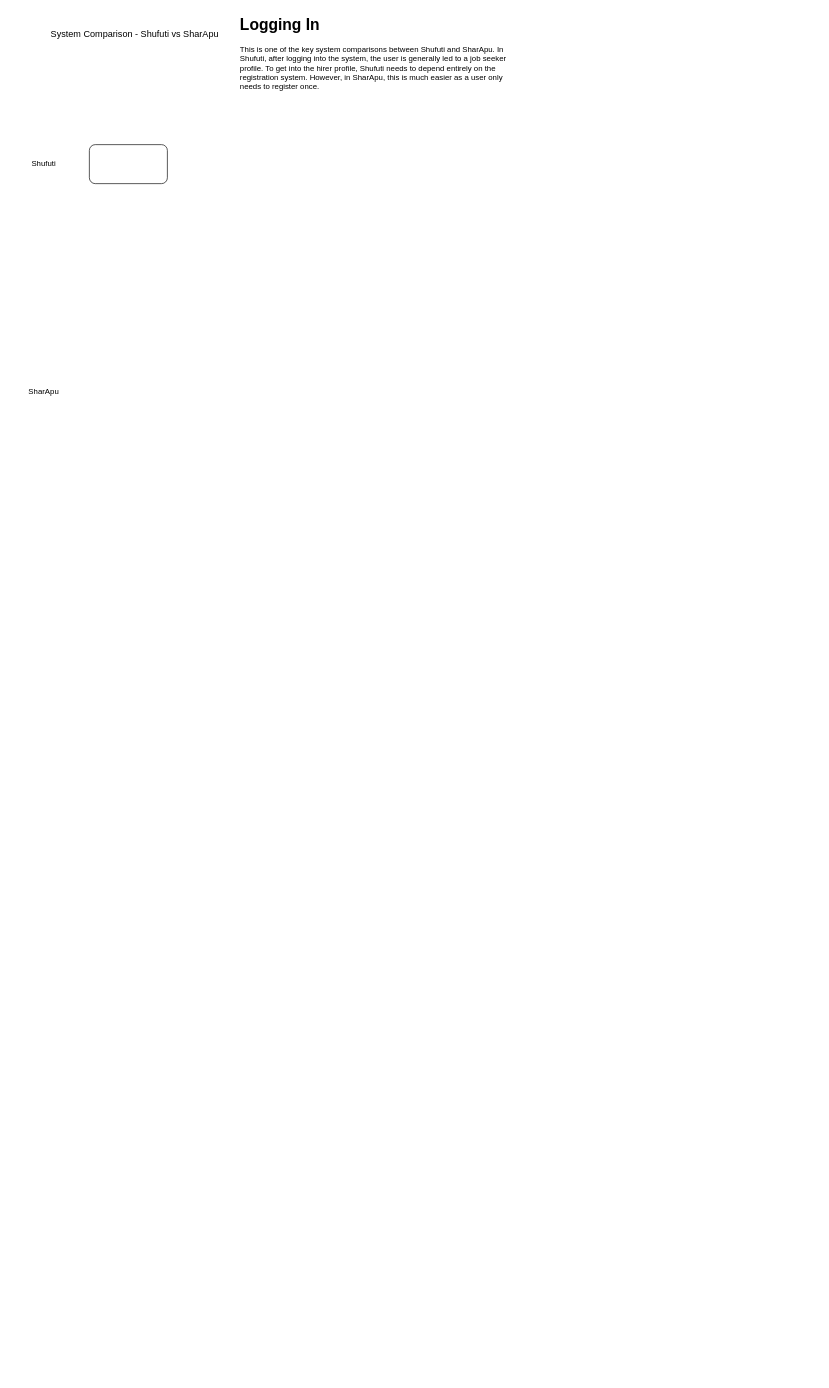
Earlier version of the draw.io diagram System Comparison - Shufuti vs SharApu/LogginInAsAJobSeeker.drawio (SumaiyaTarannumNoor/SharApu-Job-Portal). Source tidied: cells renumbered, new cells numbered last; positions are measured from the earlier drawing's top-left corner, leaving out a move shared by most shapes. Both pictures are drawn from the tidied source at 65%, with x=0, y=0 at pixel (11, 11).
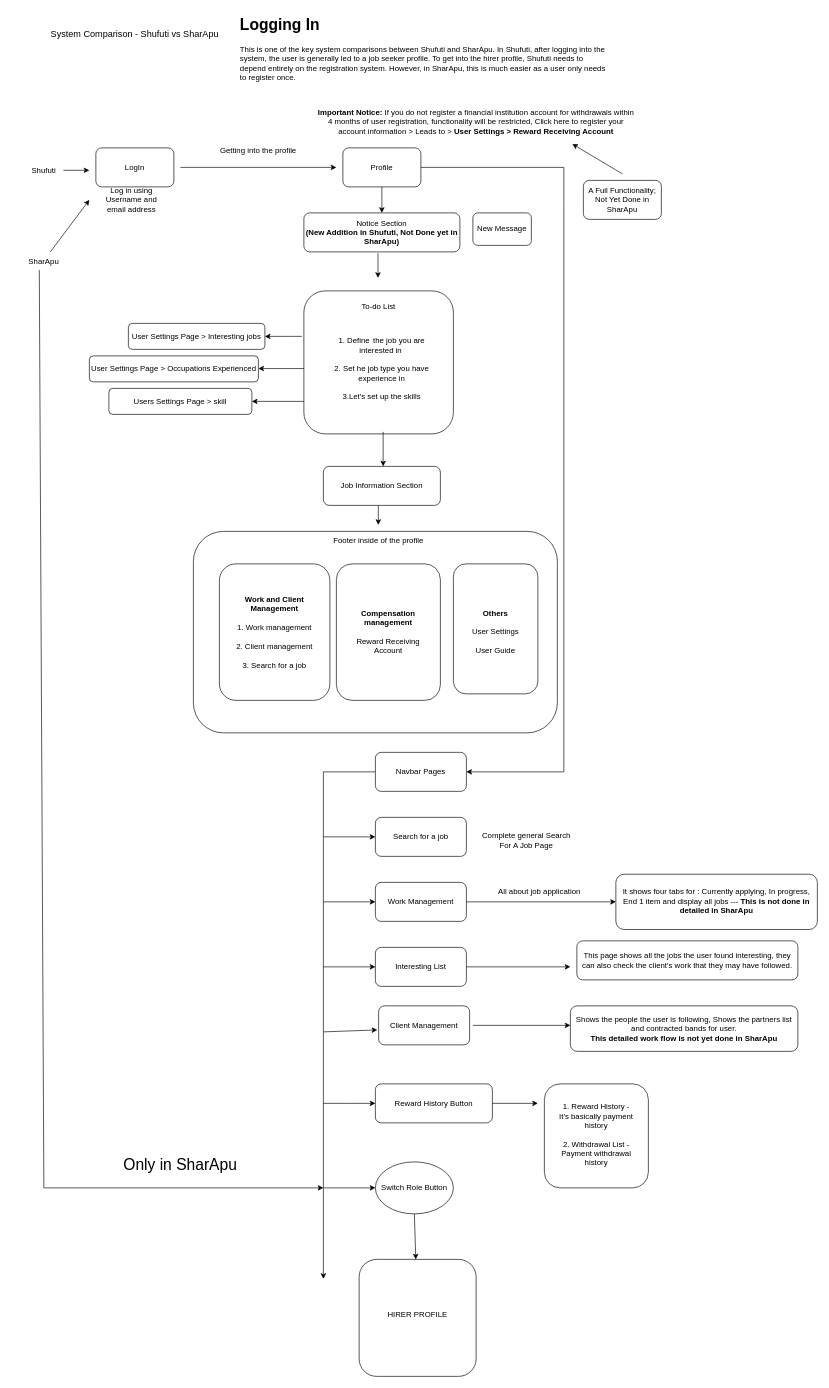
The same page after the edit.

The edit, as a diff of the source:
```diff
@@
     <mxCell id="3" value="&lt;h1 style=&quot;margin-top: 0px;&quot;&gt;Logging In&lt;/h1&gt;&lt;p&gt;This is one of the key system comparisons between Shufuti and SharApu. In Shufuti, after logging into the system, the user is generally led to a job seeker profile. To get into the hirer profile, Shufuti needs to depend entirely on the registration system. However, in SharApu, this is much easier as a user only needs to register once.&amp;nbsp;&lt;/p&gt;" style="text;html=1;whiteSpace=wrap;overflow=hidden;rounded=0;" parent="1" vertex="1">
-      <mxGeometry x="350" width="440" height="150" as="geometry" />
+      <mxGeometry x="350" width="570" height="150" as="geometry" />
     </mxCell>
     <mxCell id="4" value="Shufuti" style="text;html=1;align=center;verticalAlign=middle;whiteSpace=wrap;rounded=0;" parent="1" vertex="1">
-      <mxGeometry x="20" y="220" width="60" height="30" as="geometry" />
+      <mxGeometry x="20" y="230" width="60" height="30" as="geometry" />
     </mxCell>
+    <mxCell id="6" value="LogIn" style="rounded=1;whiteSpace=wrap;html=1;" parent="1" vertex="1">
+      <mxGeometry x="130" y="210" width="120" height="60" as="geometry" />
+    </mxCell>
+    <mxCell id="7" style="endArrow=classic;html=1;rounded=0;" parent="1" edge="1">
+      <mxGeometry relative="1" as="geometry">
+        <mxPoint x="80" y="244.5" as="sourcePoint" />
+        <mxPoint x="120" y="244.5" as="targetPoint" />
+      </mxGeometry>
+    </mxCell>
+    <mxCell id="8" value="Log in using Username and email address" style="text;html=1;align=center;verticalAlign=middle;whiteSpace=wrap;rounded=0;" parent="1" vertex="1">
+      <mxGeometry x="130" y="270" width="110" height="40" as="geometry" />
+    </mxCell>
+    <mxCell id="9" style="endArrow=classic;html=1;rounded=0;" parent="1" edge="1">
+      <mxGeometry relative="1" as="geometry">
+        <mxPoint x="260" y="240" as="sourcePoint" />
+        <mxPoint x="500" y="240" as="targetPoint" />
+      </mxGeometry>
+    </mxCell>
+    <mxCell id="10" value="Getting into the profile" style="text;html=1;align=center;verticalAlign=middle;whiteSpace=wrap;rounded=0;" parent="1" vertex="1">
+      <mxGeometry x="290" y="200" width="180" height="30" as="geometry" />
+    </mxCell>
+    <mxCell id="11" value="Profile" style="rounded=1;whiteSpace=wrap;html=1;" parent="1" vertex="1">
+      <mxGeometry x="510" y="210" width="120" height="60" as="geometry" />
+    </mxCell>
+    <mxCell id="12" style="endArrow=classic;html=1;rounded=0;exitX=0.5;exitY=1;exitDx=0;exitDy=0;" parent="1" edge="1" source="11">
+      <mxGeometry relative="1" as="geometry">
+        <mxPoint x="570" y="310" as="targetPoint" />
+      </mxGeometry>
+    </mxCell>
+    <mxCell id="13" value="Notice Section&lt;div&gt;&lt;b&gt;(New Addition in Shufuti, Not Done yet in SharApu)&lt;/b&gt;&lt;/div&gt;" style="rounded=1;whiteSpace=wrap;html=1;" parent="1" vertex="1">
+      <mxGeometry x="450" y="310" width="240" height="60" as="geometry" />
+    </mxCell>
+    <mxCell id="14" style="endArrow=classic;html=1;rounded=0;exitX=0.475;exitY=1.033;exitDx=0;exitDy=0;exitPerimeter=0;" parent="1" edge="1" source="13">
+      <mxGeometry relative="1" as="geometry">
+        <mxPoint x="564" y="410" as="targetPoint" />
+      </mxGeometry>
+    </mxCell>
+    <mxCell id="15" style="rounded=1;whiteSpace=wrap;html=1;" parent="1" vertex="1">
+      <mxGeometry x="450" y="430" width="230" height="220" as="geometry" />
+    </mxCell>
+    <mxCell id="16" value="To-do List" style="text;html=1;align=center;verticalAlign=middle;whiteSpace=wrap;rounded=0;" parent="1" vertex="1">
+      <mxGeometry x="505" y="440" width="120" height="30" as="geometry" />
+    </mxCell>
+    <mxCell id="17" value="1. Define&amp;nbsp;&lt;span style=&quot;white-space: pre;&quot;&gt;&#9;&lt;/span&gt;the job you are interested in&amp;nbsp;&lt;div&gt;&lt;br&gt;&lt;div&gt;2. Set he job type you have experience in&lt;/div&gt;&lt;div&gt;&lt;br&gt;&lt;/div&gt;&lt;div&gt;3.Let's set up the skills&lt;/div&gt;&lt;/div&gt;" style="text;html=1;align=center;verticalAlign=middle;whiteSpace=wrap;rounded=0;" parent="1" vertex="1">
+      <mxGeometry x="490" y="470" width="160" height="160" as="geometry" />
+    </mxCell>
+    <mxCell id="18" value="New Message" style="rounded=1;whiteSpace=wrap;html=1;" parent="1" vertex="1">
+      <mxGeometry x="710" y="310" width="90" height="50" as="geometry" />
+    </mxCell>
+    <mxCell id="19" style="endArrow=classic;html=1;rounded=0;exitX=-0.013;exitY=0.318;exitDx=0;exitDy=0;exitPerimeter=0;" parent="1" edge="1" source="15">
+      <mxGeometry relative="1" as="geometry">
+        <mxPoint x="390" y="500" as="targetPoint" />
+      </mxGeometry>
+    </mxCell>
+    <mxCell id="20" value="User Settings Page &amp;gt; Interesting jobs" style="rounded=1;whiteSpace=wrap;html=1;" parent="1" vertex="1">
+      <mxGeometry x="180" y="480" width="210" height="40" as="geometry" />
+    </mxCell>
+    <mxCell id="21" style="endArrow=classic;html=1;rounded=0;" parent="1" edge="1">
+      <mxGeometry relative="1" as="geometry">
+        <mxPoint x="450" y="549.5" as="sourcePoint" />
+        <mxPoint x="380" y="549.5" as="targetPoint" />
+      </mxGeometry>
+    </mxCell>
+    <mxCell id="22" value="User Settings Page &amp;gt; Occupations Experienced" style="rounded=1;whiteSpace=wrap;html=1;" parent="1" vertex="1">
+      <mxGeometry x="120" y="530" width="260" height="40" as="geometry" />
+    </mxCell>
+    <mxCell id="23" style="endArrow=classic;html=1;rounded=0;" parent="1" edge="1">
+      <mxGeometry relative="1" as="geometry">
+        <mxPoint x="450" y="600" as="sourcePoint" />
+        <mxPoint x="370" y="600" as="targetPoint" />
+      </mxGeometry>
+    </mxCell>
+    <mxCell id="24" value="Users Settings Page &amp;gt; skill" style="rounded=1;whiteSpace=wrap;html=1;" parent="1" vertex="1">
+      <mxGeometry x="150" y="580" width="220" height="40" as="geometry" />
+    </mxCell>
+    <mxCell id="25" style="endArrow=classic;html=1;rounded=0;exitX=0.53;exitY=0.986;exitDx=0;exitDy=0;exitPerimeter=0;" parent="1" edge="1" source="15">
+      <mxGeometry relative="1" as="geometry">
+        <mxPoint x="572" y="700" as="targetPoint" />
+      </mxGeometry>
+    </mxCell>
+    <mxCell id="26" value="Job Information Section" style="rounded=1;whiteSpace=wrap;html=1;" parent="1" vertex="1">
+      <mxGeometry x="480" y="700" width="180" height="60" as="geometry" />
+    </mxCell>
+    <mxCell id="27" style="rounded=1;whiteSpace=wrap;html=1;" parent="1" vertex="1">
+      <mxGeometry x="280" y="800" width="560" height="310" as="geometry" />
+    </mxCell>
+    <mxCell id="28" style="endArrow=classic;html=1;rounded=0;" parent="1" edge="1">
+      <mxGeometry relative="1" as="geometry">
+        <mxPoint x="564.5" y="760" as="sourcePoint" />
+        <mxPoint x="564.5" y="790" as="targetPoint" />
+      </mxGeometry>
+    </mxCell>
+    <mxCell id="29" value="Footer inside of the profile" style="text;html=1;align=center;verticalAlign=middle;whiteSpace=wrap;rounded=0;" parent="1" vertex="1">
+      <mxGeometry x="470" y="800" width="190" height="30" as="geometry" />
+    </mxCell>
+    <mxCell id="30" style="rounded=1;whiteSpace=wrap;html=1;" parent="1" vertex="1">
+      <mxGeometry x="320" y="850" width="170" height="210" as="geometry" />
+    </mxCell>
+    <mxCell id="31" value="&lt;b&gt;Work and Client Management&lt;/b&gt;&lt;div&gt;&lt;br&gt;&lt;/div&gt;&lt;div&gt;1. Work management&lt;/div&gt;&lt;div&gt;&lt;br&gt;&lt;/div&gt;&lt;div&gt;2. Client management&lt;/div&gt;&lt;div&gt;&lt;br&gt;&lt;/div&gt;&lt;div&gt;3. Search for a job&lt;/div&gt;" style="text;html=1;align=center;verticalAlign=middle;whiteSpace=wrap;rounded=0;" parent="1" vertex="1">
+      <mxGeometry x="330" y="870" width="150" height="170" as="geometry" />
+    </mxCell>
+    <mxCell id="32" style="rounded=1;whiteSpace=wrap;html=1;" parent="1" vertex="1">
+      <mxGeometry x="500" y="850" width="160" height="210" as="geometry" />
+    </mxCell>
+    <mxCell id="33" value="&lt;b&gt;Compensation management&lt;/b&gt;&lt;div&gt;&lt;br&gt;&lt;/div&gt;&lt;div&gt;Reward Receiving Account&lt;/div&gt;" style="text;html=1;align=center;verticalAlign=middle;whiteSpace=wrap;rounded=0;" parent="1" vertex="1">
+      <mxGeometry x="530" y="890" width="100" height="130" as="geometry" />
+    </mxCell>
+    <mxCell id="34" style="rounded=1;whiteSpace=wrap;html=1;" parent="1" vertex="1">
+      <mxGeometry x="680" y="850" width="130" height="200" as="geometry" />
+    </mxCell>
+    <mxCell id="35" value="&lt;b&gt;Others&lt;/b&gt;&lt;div&gt;&lt;b&gt;&lt;br&gt;&lt;/b&gt;&lt;/div&gt;&lt;div&gt;User Settings&lt;/div&gt;&lt;div&gt;&lt;br&gt;&lt;/div&gt;&lt;div&gt;User Guide&lt;/div&gt;" style="text;html=1;align=center;verticalAlign=middle;whiteSpace=wrap;rounded=0;" parent="1" vertex="1">
+      <mxGeometry x="690" y="870" width="110" height="170" as="geometry" />
+    </mxCell>
+    <mxCell id="36" style="endArrow=classic;html=1;rounded=0;" parent="1" edge="1">
+      <mxGeometry relative="1" as="geometry">
+        <mxPoint x="630" y="240" as="sourcePoint" />
+        <mxPoint x="700" y="1170" as="targetPoint" />
+        <Array as="points">
+          <mxPoint x="850" y="240" />
+          <mxPoint x="850" y="300" />
+          <mxPoint x="850" y="1170" />
+        </Array>
+      </mxGeometry>
+    </mxCell>
+    <mxCell id="37" value="Navbar Pages" style="rounded=1;whiteSpace=wrap;html=1;" parent="1" vertex="1">
+      <mxGeometry x="560" y="1140" width="140" height="60" as="geometry" />
+    </mxCell>
+    <mxCell id="38" style="endArrow=classic;html=1;rounded=0;" parent="1" edge="1">
+      <mxGeometry relative="1" as="geometry">
+        <mxPoint x="560" y="1170" as="sourcePoint" />
+        <mxPoint x="480" y="1950" as="targetPoint" />
+        <Array as="points">
+          <mxPoint x="480" y="1170" />
+        </Array>
+      </mxGeometry>
+    </mxCell>
+    <mxCell id="39" value="Search for a job" style="rounded=1;whiteSpace=wrap;html=1;" parent="1" vertex="1">
+      <mxGeometry x="560" y="1240" width="140" height="60" as="geometry" />
+    </mxCell>
+    <mxCell id="40" style="endArrow=classic;html=1;rounded=0;" parent="1" edge="1">
+      <mxGeometry relative="1" as="geometry">
+        <mxPoint x="480" y="1270" as="sourcePoint" />
+        <mxPoint x="560" y="1270" as="targetPoint" />
+      </mxGeometry>
+    </mxCell>
+    <mxCell id="41" value="Work Management" style="rounded=1;whiteSpace=wrap;html=1;" parent="1" vertex="1">
+      <mxGeometry x="560" y="1340" width="140" height="60" as="geometry" />
+    </mxCell>
+    <mxCell id="42" value="Interesting List" style="rounded=1;whiteSpace=wrap;html=1;" parent="1" vertex="1">
+      <mxGeometry x="560" y="1440" width="140" height="60" as="geometry" />
+    </mxCell>
+    <mxCell id="43" value="Client Management" style="rounded=1;whiteSpace=wrap;html=1;" parent="1" vertex="1">
+      <mxGeometry x="565" y="1530" width="140" height="60" as="geometry" />
+    </mxCell>
+    <mxCell id="44" style="endArrow=classic;html=1;rounded=0;" parent="1" edge="1">
+      <mxGeometry relative="1" as="geometry">
+        <mxPoint x="480" y="1370" as="sourcePoint" />
+        <mxPoint x="560" y="1370" as="targetPoint" />
+      </mxGeometry>
+    </mxCell>
+    <mxCell id="45" style="endArrow=classic;html=1;rounded=0;entryX=0;entryY=0.5;entryDx=0;entryDy=0;" parent="1" edge="1" target="42">
+      <mxGeometry relative="1" as="geometry">
+        <mxPoint x="480" y="1470" as="sourcePoint" />
+      </mxGeometry>
+    </mxCell>
+    <mxCell id="46" style="endArrow=classic;html=1;rounded=0;entryX=-0.014;entryY=0.617;entryDx=0;entryDy=0;entryPerimeter=0;" parent="1" edge="1" target="43">
+      <mxGeometry relative="1" as="geometry">
+        <mxPoint x="480" y="1570" as="sourcePoint" />
+      </mxGeometry>
+    </mxCell>
+    <mxCell id="47" value="&lt;b&gt;Important Notice:&lt;/b&gt; If you do not register a financial institution account for withdrawals within 4 months of user registration, functionality will be restricted, Click here to register your account information &amp;gt; Leads to &amp;gt;&lt;b&gt; User Settings &amp;gt; Reward Receiving Account&lt;/b&gt;" style="text;html=1;align=center;verticalAlign=middle;whiteSpace=wrap;rounded=0;" parent="1" vertex="1">
+      <mxGeometry x="470" y="140" width="490" height="60" as="geometry" />
+    </mxCell>
+    <mxCell id="48" style="endArrow=classic;html=1;rounded=0;" parent="1" edge="1">
+      <mxGeometry relative="1" as="geometry">
+        <mxPoint x="480" y="1680" as="sourcePoint" />
+        <mxPoint x="560" y="1680" as="targetPoint" />
+        <Array as="points">
+          <mxPoint x="520" y="1680" />
+        </Array>
+      </mxGeometry>
+    </mxCell>
+    <mxCell id="49" value="Reward History Button" style="rounded=1;whiteSpace=wrap;html=1;" parent="1" vertex="1">
+      <mxGeometry x="560" y="1650" width="180" height="60" as="geometry" />
+    </mxCell>
+    <mxCell id="50" value="A Full Functionality; Not Yet Done in SharApu" style="rounded=1;whiteSpace=wrap;html=1;" parent="1" vertex="1">
+      <mxGeometry x="880" y="260" width="120" height="60" as="geometry" />
+    </mxCell>
+    <mxCell id="51" style="endArrow=classic;html=1;rounded=0;entryX=0.802;entryY=1.067;entryDx=0;entryDy=0;entryPerimeter=0;" parent="1" edge="1" target="47">
+      <mxGeometry relative="1" as="geometry">
+        <mxPoint x="940" y="250" as="sourcePoint" />
+      </mxGeometry>
+    </mxCell>
+    <mxCell id="52" style="endArrow=classic;html=1;rounded=0;" parent="1" edge="1">
+      <mxGeometry relative="1" as="geometry">
+        <mxPoint x="740" y="1680" as="sourcePoint" />
+        <mxPoint x="810" y="1680" as="targetPoint" />
+      </mxGeometry>
+    </mxCell>
+    <mxCell id="53" style="rounded=1;whiteSpace=wrap;html=1;" parent="1" vertex="1">
+      <mxGeometry x="820" y="1650" width="160" height="160" as="geometry" />
+    </mxCell>
+    <mxCell id="54" value="1. Reward History - It's basically payment history&lt;div&gt;&lt;br&gt;&lt;/div&gt;&lt;div&gt;2. Withdrawal List - Payment withdrawal history&lt;/div&gt;" style="text;html=1;align=center;verticalAlign=middle;whiteSpace=wrap;rounded=0;" parent="1" vertex="1">
+      <mxGeometry x="840" y="1665" width="120" height="125" as="geometry" />
+    </mxCell>
+    <mxCell id="55" value="Complete general Search For A Job Page" style="text;html=1;align=center;verticalAlign=middle;whiteSpace=wrap;rounded=0;" parent="1" vertex="1">
+      <mxGeometry x="715" y="1240" width="155" height="70" as="geometry" />
+    </mxCell>
+    <mxCell id="56" style="endArrow=classic;html=1;rounded=0;" parent="1" edge="1">
+      <mxGeometry relative="1" as="geometry">
+        <mxPoint x="700" y="1370" as="sourcePoint" />
+        <mxPoint x="930" y="1370" as="targetPoint" />
+      </mxGeometry>
+    </mxCell>
+    <mxCell id="57" value="All about job application" style="text;html=1;align=center;verticalAlign=middle;whiteSpace=wrap;rounded=0;" parent="1" vertex="1">
+      <mxGeometry x="715" y="1340" width="195" height="30" as="geometry" />
+    </mxCell>
+    <mxCell id="58" style="rounded=1;whiteSpace=wrap;html=1;" parent="1" vertex="1">
+      <mxGeometry x="930" y="1327.5" width="310" height="85" as="geometry" />
+    </mxCell>
+    <mxCell id="59" value="It shows four tabs for : Currently applying, In progress, End 1 item and display all jobs ---&lt;b&gt; This is not done in detailed in SharApu&lt;/b&gt;" style="text;html=1;align=center;verticalAlign=middle;whiteSpace=wrap;rounded=0;" parent="1" vertex="1">
+      <mxGeometry x="930" y="1328" width="310" height="82" as="geometry" />
+    </mxCell>
+    <mxCell id="60" style="endArrow=classic;html=1;rounded=0;" parent="1" edge="1">
+      <mxGeometry relative="1" as="geometry">
+        <mxPoint x="700" y="1470" as="sourcePoint" />
+        <mxPoint x="860" y="1470" as="targetPoint" />
+      </mxGeometry>
+    </mxCell>
+    <mxCell id="61" style="rounded=1;whiteSpace=wrap;html=1;" parent="1" vertex="1">
+      <mxGeometry x="870" y="1430" width="340" height="60" as="geometry" />
+    </mxCell>
+    <mxCell id="62" value="This page shows all the jobs the user found interesting, they can also check the client's work that they may have followed." style="text;html=1;align=center;verticalAlign=middle;whiteSpace=wrap;rounded=0;" parent="1" vertex="1">
+      <mxGeometry x="875" y="1430" width="330" height="60" as="geometry" />
+    </mxCell>
+    <mxCell id="63" style="endArrow=classic;html=1;rounded=0;" parent="1" edge="1">
+      <mxGeometry relative="1" as="geometry">
+        <mxPoint x="710" y="1560" as="sourcePoint" />
+        <mxPoint x="860" y="1560" as="targetPoint" />
+      </mxGeometry>
+    </mxCell>
+    <mxCell id="64" style="rounded=1;whiteSpace=wrap;html=1;" parent="1" vertex="1">
+      <mxGeometry x="860" y="1530" width="350" height="70" as="geometry" />
+    </mxCell>
+    <mxCell id="65" value="Shows the people the user is following, Shows the partners list and contracted bands for user.&lt;div&gt;&lt;b&gt;This detailed work flow is not yet done in SharApu&lt;/b&gt;&lt;/div&gt;" style="text;html=1;align=center;verticalAlign=middle;whiteSpace=wrap;rounded=0;" parent="1" vertex="1">
+      <mxGeometry x="860" y="1530" width="350" height="70" as="geometry" />
+    </mxCell>
     <mxCell id="5" value="SharApu" style="text;html=1;align=center;verticalAlign=middle;whiteSpace=wrap;rounded=0;" parent="1" vertex="1">
-      <mxGeometry x="20" y="570" width="60" height="30" as="geometry" />
+      <mxGeometry x="20" y="370" width="60" height="30" as="geometry" />
     </mxCell>
-    <mxCell id="6" style="rounded=1;whiteSpace=wrap;html=1;" parent="1" vertex="1">
-      <mxGeometry x="120" y="205" width="120" height="60" as="geometry" />
-    </mxCell>
+    <mxCell id="66" style="endArrow=classic;html=1;rounded=0;" parent="1" edge="1">
+      <mxGeometry relative="1" as="geometry">
+        <mxPoint x="60" y="370" as="sourcePoint" />
+        <mxPoint x="120" y="290" as="targetPoint" />
+      </mxGeometry>
+    </mxCell>
+    <mxCell id="67" value="Switch Role Button" style="ellipse;whiteSpace=wrap;html=1;" parent="1" vertex="1">
+      <mxGeometry x="560" y="1770" width="120" height="80" as="geometry" />
+    </mxCell>
+    <mxCell id="68" style="endArrow=classic;html=1;rounded=0;entryX=0;entryY=0.5;entryDx=0;entryDy=0;" parent="1" edge="1" target="67">
+      <mxGeometry relative="1" as="geometry">
+        <mxPoint x="480" y="1810" as="sourcePoint" />
+      </mxGeometry>
+    </mxCell>
+    <mxCell id="69" style="endArrow=classic;html=1;rounded=0;exitX=0.383;exitY=0.933;exitDx=0;exitDy=0;exitPerimeter=0;" parent="1" edge="1" source="5">
+      <mxGeometry relative="1" as="geometry">
+        <mxPoint x="480" y="1810" as="targetPoint" />
+        <Array as="points">
+          <mxPoint x="50" y="1810" />
+        </Array>
+      </mxGeometry>
+    </mxCell>
+    <mxCell id="70" value="&lt;font style=&quot;font-size: 24px;&quot;&gt;Only in SharApu&lt;/font&gt;" style="text;html=1;align=center;verticalAlign=middle;whiteSpace=wrap;rounded=0;" parent="1" vertex="1">
+      <mxGeometry x="110" y="1760" width="300" height="30" as="geometry" />
+    </mxCell>
+    <mxCell id="71" style="rounded=1;whiteSpace=wrap;html=1;" parent="1" vertex="1">
+      <mxGeometry x="535" y="1920" width="180" height="180" as="geometry" />
+    </mxCell>
+    <mxCell id="72" style="endArrow=classic;html=1;rounded=0;" parent="1" edge="1" target="71">
+      <mxGeometry relative="1" as="geometry">
+        <mxPoint x="620" y="1850" as="sourcePoint" />
+      </mxGeometry>
+    </mxCell>
+    <mxCell id="73" value="HIRER PROFILE" style="text;html=1;align=center;verticalAlign=middle;whiteSpace=wrap;rounded=0;" parent="1" vertex="1">
+      <mxGeometry x="560" y="1950" width="130" height="110" as="geometry" />
+    </mxCell>
```
